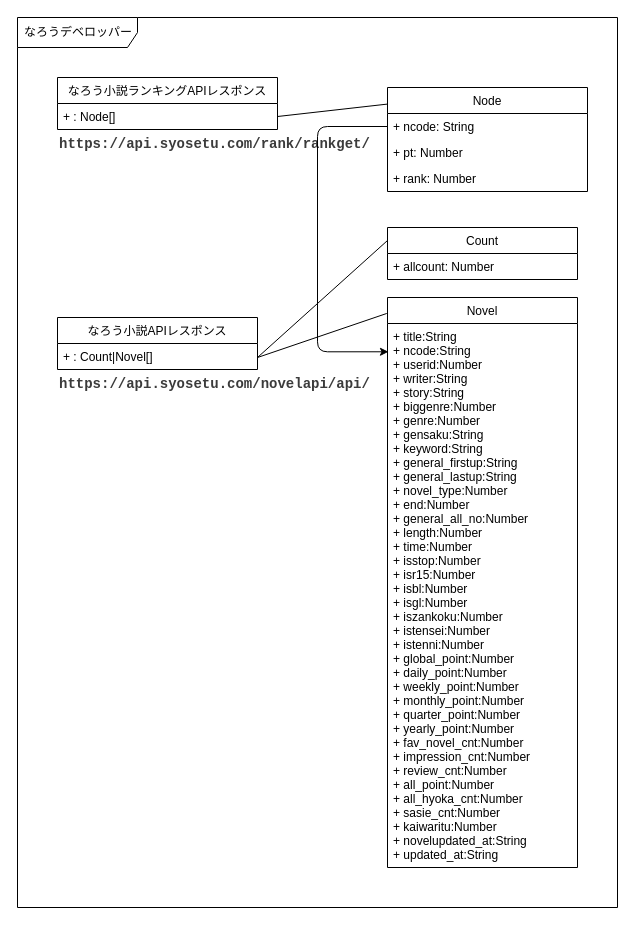
Earlier version of the draw.io diagram page "なろうデベロッパー クラス" (1 of 3) of なろう.drawio (k-irie/narou). Source tidied: cells renumbered, new cells numbered last; positions are measured from the earlier drawing's top-left corner, leaving out a move shared by most shapes. Both pictures are drawn from the tidied source at 100%, with x=0, y=0 at pixel (17, 17).
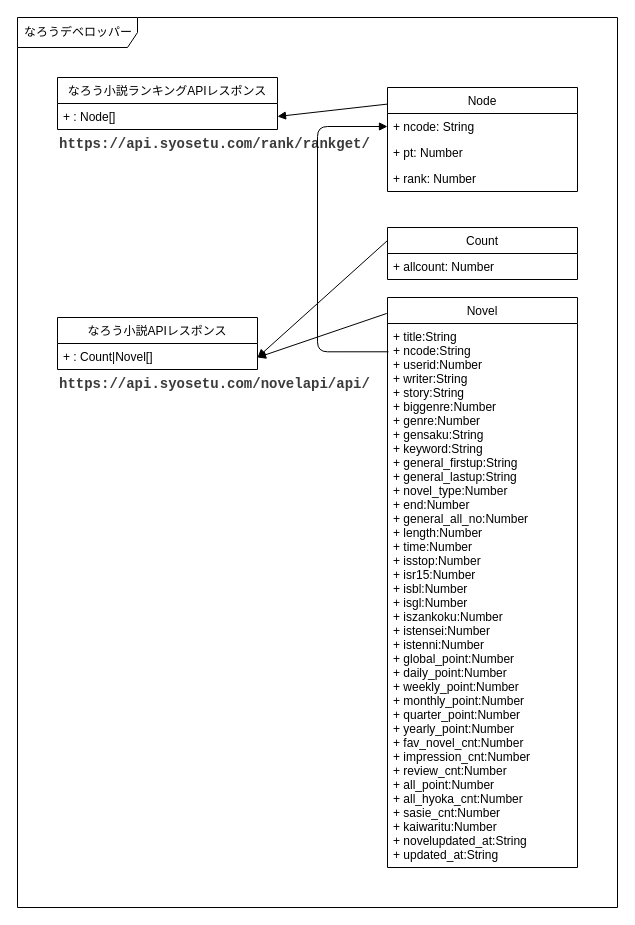
The same diagram, later.

Unchanged cells that the change refers to:
```xml
<mxCell id="4" value="+ : Node[]" style="text;strokeColor=none;fillColor=none;align=left;verticalAlign=top;spacingLeft=4;spacingRight=4;overflow=hidden;points=[[0,0.5],[1,0.5]];portConstraint=eastwest;" parent="3" vertex="1">
  <mxGeometry y="26" width="220" height="26" as="geometry" />
</mxCell>
<mxCell id="6" value="+ : Count|Novel[]" style="text;strokeColor=none;fillColor=none;align=left;verticalAlign=top;spacingLeft=4;spacingRight=4;overflow=hidden;points=[[0,0.5],[1,0.5]];portConstraint=eastwest;" parent="5" vertex="1">
  <mxGeometry y="26" width="200" height="26" as="geometry" />
</mxCell>
<mxCell id="7" value="Count" style="swimlane;fontStyle=0;horizontal=1;startSize=26;fillColor=none;" parent="1" vertex="1">
  <mxGeometry x="370" y="210" width="190" height="52" as="geometry" />
</mxCell>
<mxCell id="9" value="Novel" style="swimlane;fontStyle=0;horizontal=1;startSize=26;fillColor=none;" parent="1" vertex="1">
  <mxGeometry x="370" y="280" width="190" height="570" as="geometry" />
</mxCell>
<mxCell id="10" value="+ title:String&#10;+ ncode:String&#10;+ userid:Number&#10;+ writer:String&#10;+ story:String&#10;+ biggenre:Number&#10;+ genre:Number&#10;+ gensaku:String&#10;+ keyword:String&#10;+ general_firstup:String&#10;+ general_lastup:String&#10;+ novel_type:Number&#10;+ end:Number&#10;+ general_all_no:Number&#10;+ length:Number&#10;+ time:Number&#10;+ isstop:Number&#10;+ isr15:Number&#10;+ isbl:Number&#10;+ isgl:Number&#10;+ iszankoku:Number&#10;+ istensei:Number&#10;+ istenni:Number&#10;+ global_point:Number&#10;+ daily_point:Number&#10;+ weekly_point:Number&#10;+ monthly_point:Number&#10;+ quarter_point:Number&#10;+ yearly_point:Number&#10;+ fav_novel_cnt:Number&#10;+ impression_cnt:Number&#10;+ review_cnt:Number&#10;+ all_point:Number&#10;+ all_hyoka_cnt:Number&#10;+ sasie_cnt:Number&#10;+ kaiwaritu:Number&#10;+ novelupdated_at:String&#10;+ updated_at:String&#10;" style="text;strokeColor=none;fillColor=none;align=left;verticalAlign=top;spacingLeft=4;spacingRight=4;overflow=hidden;points=[[0,0.5],[1,0.5]];portConstraint=eastwest;" parent="9" vertex="1">
  <mxGeometry y="26" width="190" height="544" as="geometry" />
</mxCell>
```

Diff of the diagram source:
```diff
@@
-    <mxCell id="11" style="edgeStyle=none;html=1;entryX=0;entryY=0.25;entryDx=0;entryDy=0;endArrow=none;endFill=0;exitX=1;exitY=0.538;exitDx=0;exitDy=0;exitPerimeter=0;" parent="1" edge="1" source="6" target="7">
+    <mxCell id="11" style="edgeStyle=none;html=1;entryX=0;entryY=0.25;entryDx=0;entryDy=0;endArrow=none;endFill=0;exitX=1;exitY=0.538;exitDx=0;exitDy=0;exitPerimeter=0;startArrow=block;startFill=1;" parent="1" edge="1" source="6" target="7">
       <mxGeometry relative="1" as="geometry" />
     </mxCell>
-    <mxCell id="12" style="edgeStyle=none;html=1;endArrow=none;endFill=0;entryX=-0.004;entryY=0.028;entryDx=0;entryDy=0;entryPerimeter=0;" parent="1" edge="1" target="9">
+    <mxCell id="12" style="edgeStyle=none;html=1;endArrow=none;endFill=0;entryX=-0.004;entryY=0.028;entryDx=0;entryDy=0;entryPerimeter=0;startArrow=block;startFill=1;" parent="1" edge="1" target="9">
       <mxGeometry relative="1" as="geometry">
         <mxPoint x="240" y="340" as="sourcePoint" />
       </mxGeometry>
     </mxCell>
-    <mxCell id="13" style="edgeStyle=none;html=1;entryX=-0.002;entryY=0.16;entryDx=0;entryDy=0;entryPerimeter=0;exitX=1;exitY=0.5;exitDx=0;exitDy=0;endArrow=none;endFill=0;" parent="1" edge="1" source="4" target="16">
+    <mxCell id="13" style="edgeStyle=none;html=1;entryX=-0.002;entryY=0.16;entryDx=0;entryDy=0;entryPerimeter=0;exitX=1;exitY=0.5;exitDx=0;exitDy=0;endArrow=none;endFill=0;startArrow=block;startFill=1;" parent="1" edge="1" source="4" target="16">
       <mxGeometry relative="1" as="geometry" />
     </mxCell>
@@
     <mxCell id="16" value="Node" style="swimlane;fontStyle=0;horizontal=1;startSize=26;fillColor=none;" parent="1" vertex="1">
-      <mxGeometry x="370" y="70" width="200" height="104" as="geometry" />
+      <mxGeometry x="370" y="70" width="190" height="104" as="geometry" />
     </mxCell>
     <mxCell id="17" value="+ ncode: String" style="text;strokeColor=none;fillColor=none;align=left;verticalAlign=top;spacingLeft=4;spacingRight=4;overflow=hidden;points=[[0,0.5],[1,0.5]];portConstraint=eastwest;" parent="16" vertex="1">
-      <mxGeometry y="26" width="200" height="26" as="geometry" />
+      <mxGeometry y="26" width="190" height="26" as="geometry" />
     </mxCell>
     <mxCell id="18" value="+ pt: Number" style="text;strokeColor=none;fillColor=none;align=left;verticalAlign=top;spacingLeft=4;spacingRight=4;overflow=hidden;" parent="16" vertex="1">
-      <mxGeometry y="52" width="200" height="26" as="geometry" />
+      <mxGeometry y="52" width="190" height="26" as="geometry" />
     </mxCell>
     <mxCell id="19" value="+ rank: Number" style="text;strokeColor=none;fillColor=none;align=left;verticalAlign=top;spacingLeft=4;spacingRight=4;overflow=hidden;" parent="16" vertex="1">
-      <mxGeometry y="78" width="200" height="26" as="geometry" />
+      <mxGeometry y="78" width="190" height="26" as="geometry" />
     </mxCell>
-    <mxCell id="20" style="edgeStyle=orthogonalEdgeStyle;html=1;entryX=0.005;entryY=0.052;entryDx=0;entryDy=0;entryPerimeter=0;fontSize=27;" parent="1" edge="1" source="17" target="10">
+    <mxCell id="20" style="edgeStyle=orthogonalEdgeStyle;html=1;entryX=0.005;entryY=0.052;entryDx=0;entryDy=0;entryPerimeter=0;fontSize=27;endArrow=none;endFill=0;startArrow=block;startFill=1;" parent="1" edge="1" source="17" target="10">
       <mxGeometry relative="1" as="geometry">
         <Array as="points">
           <mxPoint x="300" y="109" />
           <mxPoint x="300" y="334" />
         </Array>
       </mxGeometry>
     </mxCell>
```
